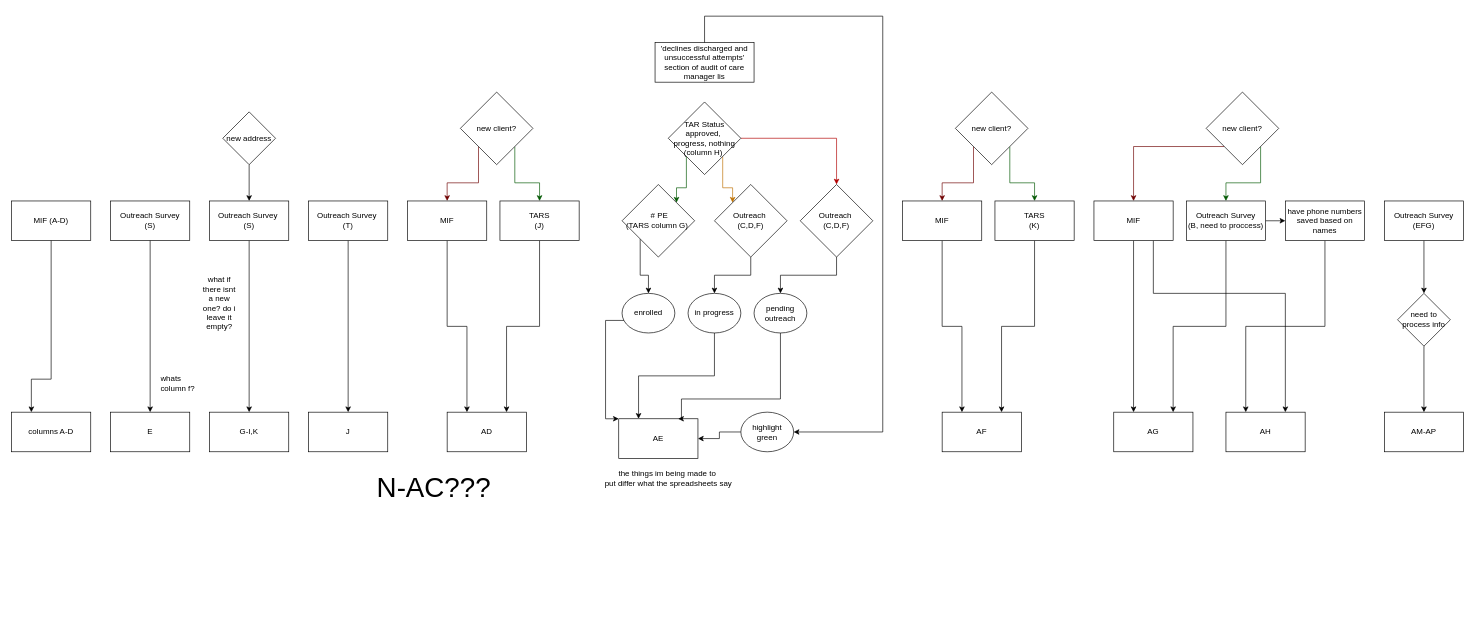
The draw.io diagram ECM_RTF_LOGIC.drawio in HalfPast9/4ths, before the edit. Source tidied: cells renumbered, new cells numbered last; positions are measured from the earlier drawing's top-left corner, leaving out a move shared by most shapes. Both pictures are drawn from the tidied source at 66%, with x=0, y=0 at pixel (11, 16).
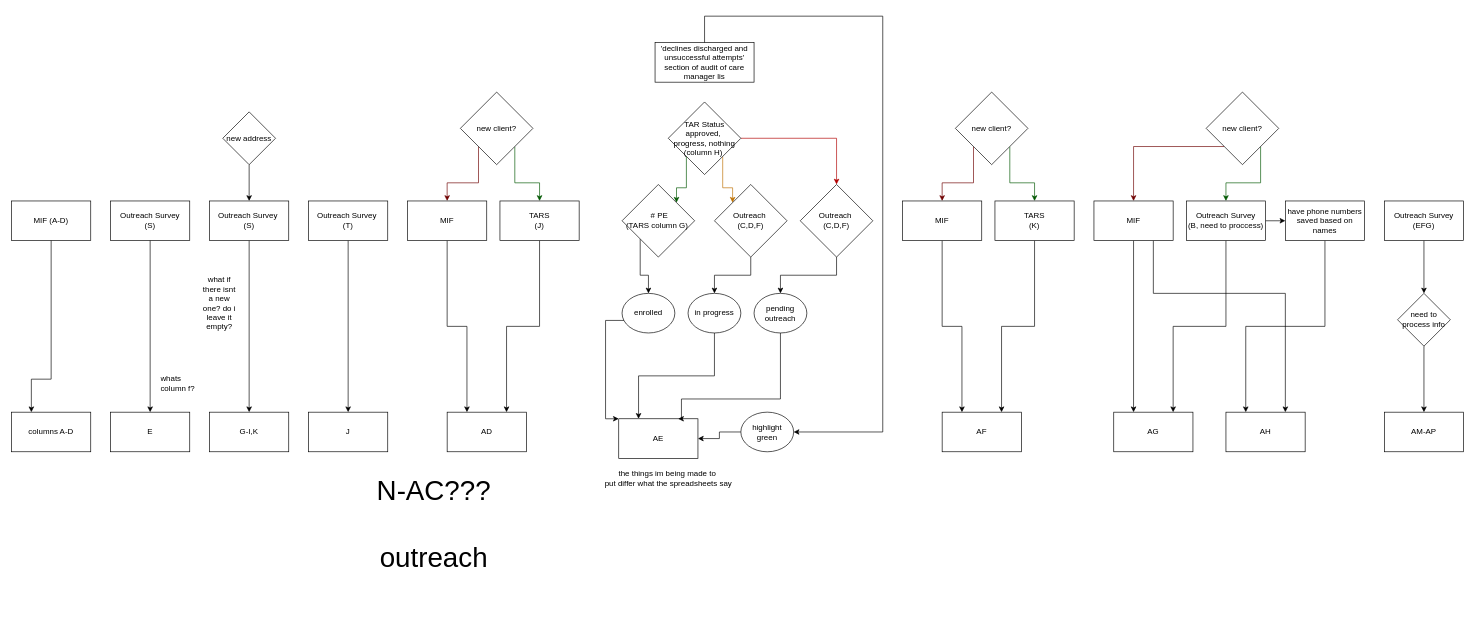
The same diagram, later.

Diff of the diagram source:
```diff
@@
-    <mxCell id="56" value="&lt;span style=&quot;font-size: 42px;&quot;&gt;N-AC???&lt;/span&gt;" style="text;html=1;strokeColor=none;fillColor=none;align=center;verticalAlign=middle;whiteSpace=wrap;rounded=0;" parent="1" vertex="1">
-      <mxGeometry x="440" y="700" width="400" height="30" as="geometry" />
+    <mxCell id="56" value="&lt;span style=&quot;font-size: 42px;&quot;&gt;N-AC???&lt;br&gt;&lt;br&gt;outreach&lt;br&gt;&lt;br&gt;&lt;/span&gt;" style="text;html=1;strokeColor=none;fillColor=none;align=center;verticalAlign=middle;whiteSpace=wrap;rounded=0;" parent="1" vertex="1">
+      <mxGeometry x="440" y="780" width="400" height="30" as="geometry" />
     </mxCell>
```
